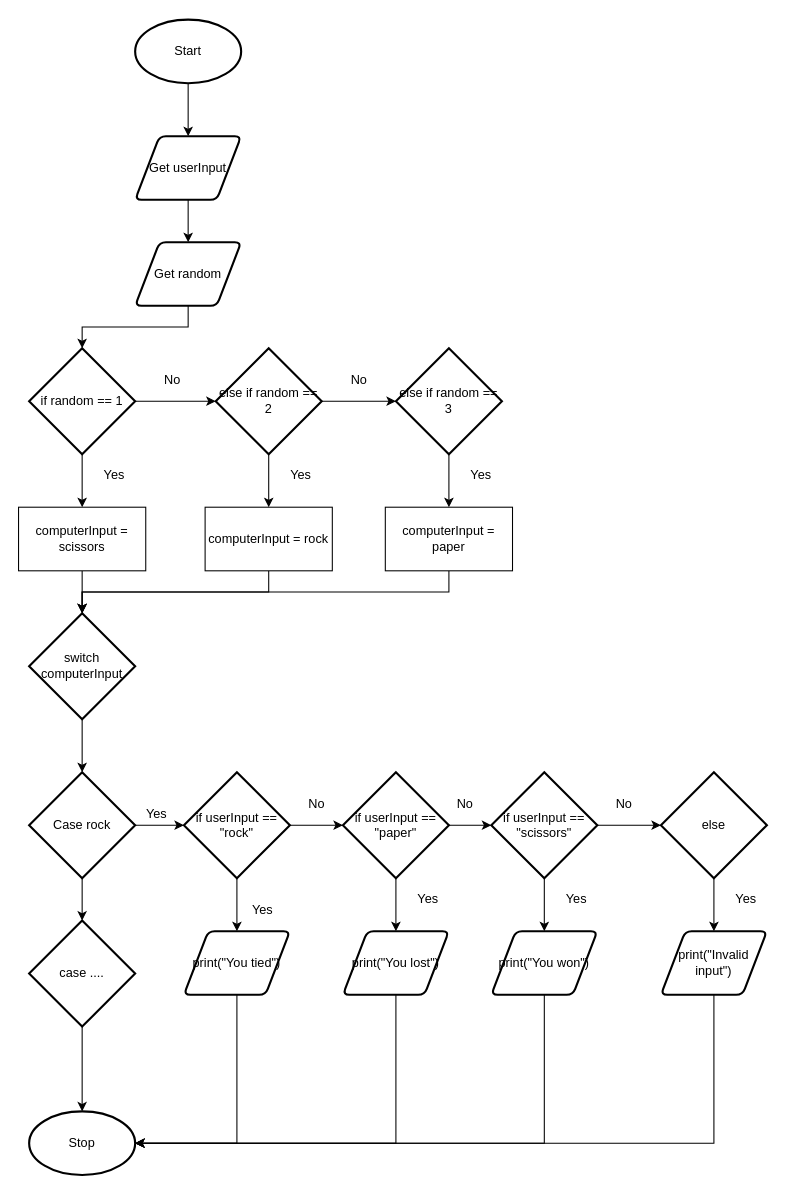
michael-clermont1/ics4u-assignment-1-typescript keeps this draw.io diagram as design/flowchart.drawio. Above is the earlier version. Source tidied: cells renumbered, new cells numbered last; positions are measured from the earlier drawing's top-left corner, leaving out a move shared by most shapes. Both pictures are drawn from the tidied source at 106%, with x=0, y=0 at pixel (18, 19).
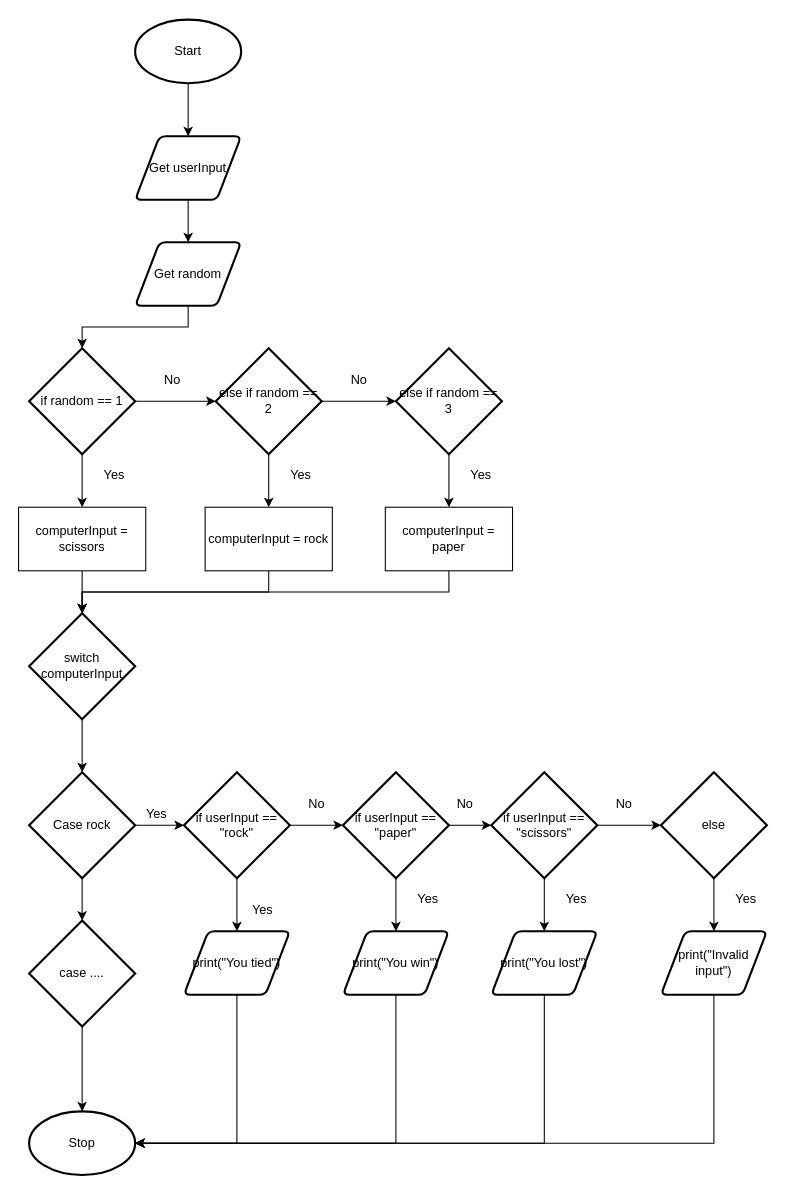
Above is the later version.

Diff of the diagram source:
```diff
@@
-    <mxCell id="45" value="print(&quot;You lost&quot;)" style="shape=parallelogram;html=1;strokeWidth=2;perimeter=parallelogramPerimeter;whiteSpace=wrap;rounded=1;arcSize=12;size=0.23;" parent="1" vertex="1">
+    <mxCell id="45" value="print(&quot;You win&quot;)" style="shape=parallelogram;html=1;strokeWidth=2;perimeter=parallelogramPerimeter;whiteSpace=wrap;rounded=1;arcSize=12;size=0.23;" parent="1" vertex="1">
       <mxGeometry x="306" y="860" width="100" height="60" as="geometry" />
     </mxCell>
@@
-    <mxCell id="47" value="print(&quot;You won&quot;)" style="shape=parallelogram;html=1;strokeWidth=2;perimeter=parallelogramPerimeter;whiteSpace=wrap;rounded=1;arcSize=12;size=0.23;" parent="1" vertex="1">
+    <mxCell id="47" value="print(&quot;You lost&quot;)" style="shape=parallelogram;html=1;strokeWidth=2;perimeter=parallelogramPerimeter;whiteSpace=wrap;rounded=1;arcSize=12;size=0.23;" parent="1" vertex="1">
       <mxGeometry x="446" y="860" width="100" height="60" as="geometry" />
     </mxCell>
```
